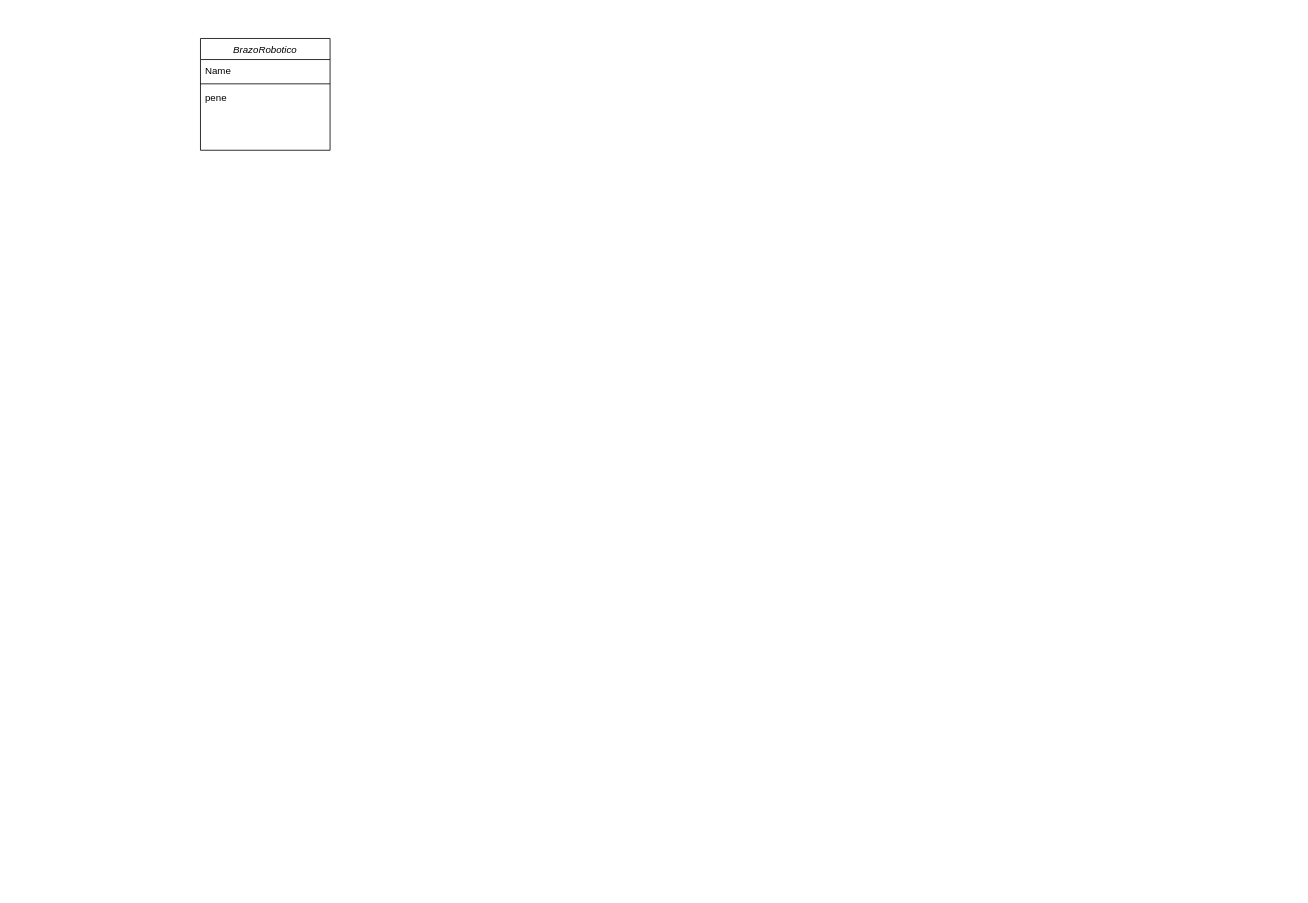
Above: ProyectoInegradorDeSaberes.drawio in JJOC3S/P.I.S. (draw.io), before the change. Source tidied: cells renumbered, new cells numbered last; positions are measured from the earlier drawing's top-left corner, leaving out a move shared by most shapes. Both pictures are drawn from the tidied source at 81%, with x=0, y=0 at pixel (200, 38).
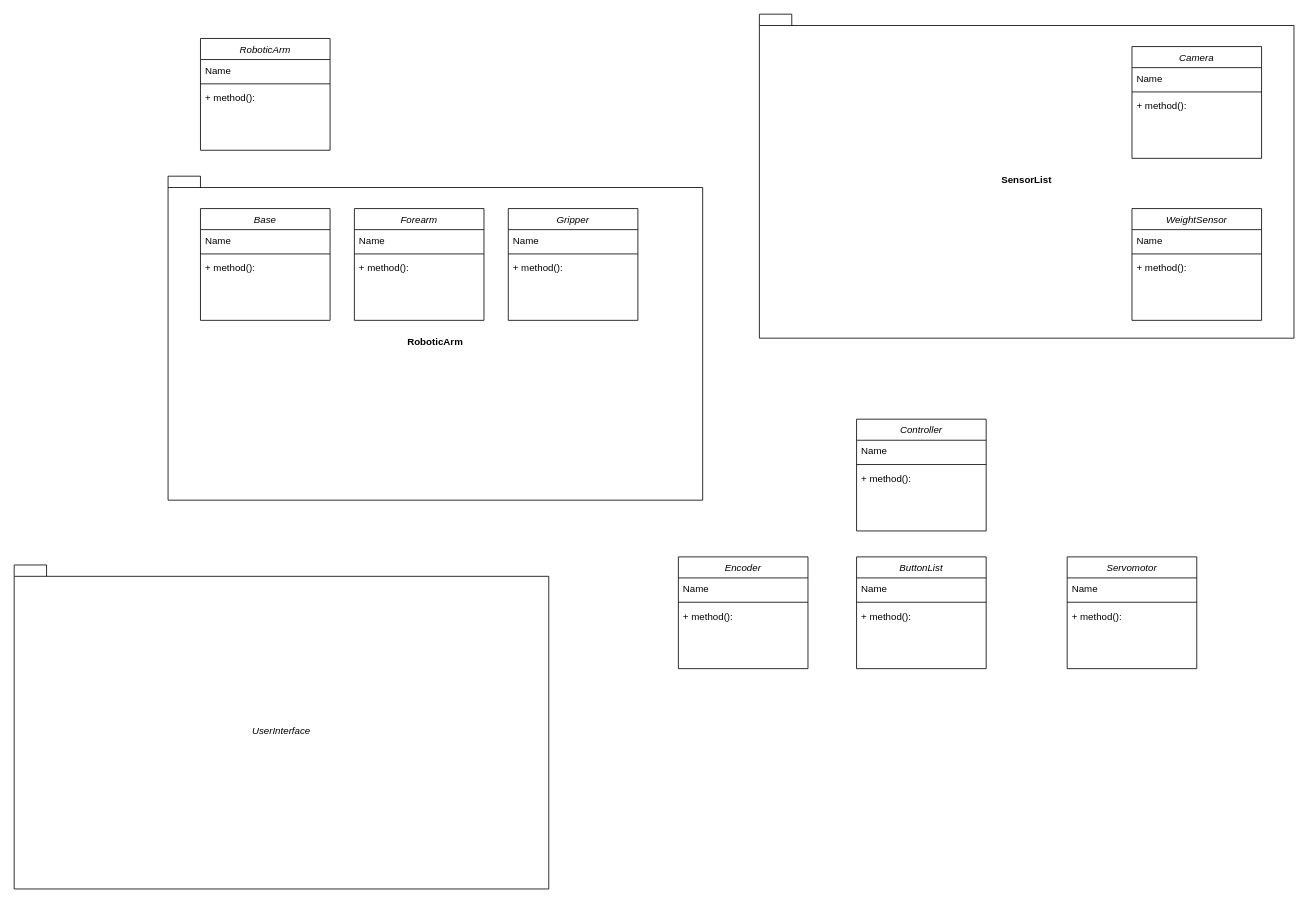
The same diagram, later.

Diff of the diagram source:
```diff
@@
+    <mxCell id="6" value="&lt;span style=&quot;font-style: italic; font-weight: 400; text-wrap: nowrap;&quot;&gt;UserInterface&lt;/span&gt;" style="shape=folder;fontStyle=1;spacingTop=10;tabWidth=40;tabHeight=14;tabPosition=left;html=1;whiteSpace=wrap;" parent="1" vertex="1">
+      <mxGeometry x="-230" y="650" width="660" height="400" as="geometry" />
+    </mxCell>
+    <mxCell id="7" value="SensorList" style="shape=folder;fontStyle=1;spacingTop=10;tabWidth=40;tabHeight=14;tabPosition=left;html=1;whiteSpace=wrap;" parent="1" vertex="1">
+      <mxGeometry x="690" y="-30" width="660" height="400" as="geometry" />
+    </mxCell>
+    <mxCell id="8" value="RoboticArm" style="shape=folder;fontStyle=1;spacingTop=10;tabWidth=40;tabHeight=14;tabPosition=left;html=1;whiteSpace=wrap;" parent="1" vertex="1">
+      <mxGeometry x="-40" y="170" width="660" height="400" as="geometry" />
+    </mxCell>
-    <mxCell id="2" value="BrazoRobotico" style="swimlane;fontStyle=2;align=center;verticalAlign=top;horizontal=1;startSize=26;rounded=0;shadow=0;strokeWidth=1;" parent="1" vertex="1">
+    <mxCell id="2" value="RoboticArm" style="swimlane;fontStyle=2;align=center;verticalAlign=top;horizontal=1;startSize=26;rounded=0;shadow=0;strokeWidth=1;" parent="1" vertex="1">
       <mxGeometry width="160" height="138" as="geometry" />
     </mxCell>
@@
-    <mxCell id="5" value="pene" style="text;align=left;verticalAlign=top;spacingLeft=4;spacingRight=4;overflow=hidden;" parent="2" vertex="1">
+    <mxCell id="5" value="+ method():" style="text;align=left;verticalAlign=top;spacingLeft=4;spacingRight=4;overflow=hidden;" parent="2" vertex="1">
       <mxGeometry y="60" width="160" height="26" as="geometry" />
     </mxCell>
+    <mxCell id="9" value="Camera" style="swimlane;fontStyle=2;align=center;verticalAlign=top;horizontal=1;startSize=26;rounded=0;shadow=0;strokeWidth=1;" parent="1" vertex="1">
+      <mxGeometry x="1150" y="10" width="160" height="138" as="geometry" />
+    </mxCell>
+    <mxCell id="10" value="Name" style="text;align=left;verticalAlign=top;spacingLeft=4;spacingRight=4;overflow=hidden;" parent="9" vertex="1">
+      <mxGeometry y="26" width="160" height="26" as="geometry" />
+    </mxCell>
+    <mxCell id="11" style="line;html=1;strokeWidth=1;align=left;verticalAlign=middle;spacingTop=-1;spacingLeft=3;spacingRight=3;labelPosition=right;" parent="9" vertex="1">
+      <mxGeometry y="52" width="160" height="8" as="geometry" />
+    </mxCell>
+    <mxCell id="12" value="+ method():" style="text;align=left;verticalAlign=top;spacingLeft=4;spacingRight=4;overflow=hidden;" parent="9" vertex="1">
+      <mxGeometry y="60" width="160" height="26" as="geometry" />
+    </mxCell>
+    <mxCell id="13" value="WeightSensor" style="swimlane;fontStyle=2;align=center;verticalAlign=top;horizontal=1;startSize=26;rounded=0;shadow=0;strokeWidth=1;" parent="1" vertex="1">
+      <mxGeometry x="1150" y="210" width="160" height="138" as="geometry" />
+    </mxCell>
+    <mxCell id="14" value="Name" style="text;align=left;verticalAlign=top;spacingLeft=4;spacingRight=4;overflow=hidden;" parent="13" vertex="1">
+      <mxGeometry y="26" width="160" height="26" as="geometry" />
+    </mxCell>
+    <mxCell id="15" style="line;html=1;strokeWidth=1;align=left;verticalAlign=middle;spacingTop=-1;spacingLeft=3;spacingRight=3;labelPosition=right;" parent="13" vertex="1">
+      <mxGeometry y="52" width="160" height="8" as="geometry" />
+    </mxCell>
+    <mxCell id="16" value="+ method():" style="text;align=left;verticalAlign=top;spacingLeft=4;spacingRight=4;overflow=hidden;" parent="13" vertex="1">
+      <mxGeometry y="60" width="160" height="26" as="geometry" />
+    </mxCell>
+    <mxCell id="17" value="Gripper" style="swimlane;fontStyle=2;align=center;verticalAlign=top;horizontal=1;startSize=26;rounded=0;shadow=0;strokeWidth=1;" parent="1" vertex="1">
+      <mxGeometry x="380" y="210" width="160" height="138" as="geometry" />
+    </mxCell>
+    <mxCell id="18" value="Name" style="text;align=left;verticalAlign=top;spacingLeft=4;spacingRight=4;overflow=hidden;" parent="17" vertex="1">
+      <mxGeometry y="26" width="160" height="26" as="geometry" />
+    </mxCell>
+    <mxCell id="19" style="line;html=1;strokeWidth=1;align=left;verticalAlign=middle;spacingTop=-1;spacingLeft=3;spacingRight=3;labelPosition=right;" parent="17" vertex="1">
+      <mxGeometry y="52" width="160" height="8" as="geometry" />
+    </mxCell>
+    <mxCell id="20" value="+ method():" style="text;align=left;verticalAlign=top;spacingLeft=4;spacingRight=4;overflow=hidden;" parent="17" vertex="1">
+      <mxGeometry y="60" width="160" height="26" as="geometry" />
+    </mxCell>
+    <mxCell id="21" value="Base" style="swimlane;fontStyle=2;align=center;verticalAlign=top;horizontal=1;startSize=26;rounded=0;shadow=0;strokeWidth=1;" parent="1" vertex="1">
+      <mxGeometry y="210" width="160" height="138" as="geometry" />
+    </mxCell>
+    <mxCell id="22" value="Name" style="text;align=left;verticalAlign=top;spacingLeft=4;spacingRight=4;overflow=hidden;" parent="21" vertex="1">
+      <mxGeometry y="26" width="160" height="26" as="geometry" />
+    </mxCell>
+    <mxCell id="23" style="line;html=1;strokeWidth=1;align=left;verticalAlign=middle;spacingTop=-1;spacingLeft=3;spacingRight=3;labelPosition=right;" parent="21" vertex="1">
+      <mxGeometry y="52" width="160" height="8" as="geometry" />
+    </mxCell>
+    <mxCell id="24" value="+ method():" style="text;align=left;verticalAlign=top;spacingLeft=4;spacingRight=4;overflow=hidden;" parent="21" vertex="1">
+      <mxGeometry y="60" width="160" height="26" as="geometry" />
+    </mxCell>
+    <mxCell id="25" value="Forearm" style="swimlane;fontStyle=2;align=center;verticalAlign=top;horizontal=1;startSize=26;rounded=0;shadow=0;strokeWidth=1;" parent="1" vertex="1">
+      <mxGeometry x="190" y="210" width="160" height="138" as="geometry" />
+    </mxCell>
+    <mxCell id="26" value="Name" style="text;align=left;verticalAlign=top;spacingLeft=4;spacingRight=4;overflow=hidden;" parent="25" vertex="1">
+      <mxGeometry y="26" width="160" height="26" as="geometry" />
+    </mxCell>
+    <mxCell id="27" style="line;html=1;strokeWidth=1;align=left;verticalAlign=middle;spacingTop=-1;spacingLeft=3;spacingRight=3;labelPosition=right;" parent="25" vertex="1">
+      <mxGeometry y="52" width="160" height="8" as="geometry" />
+    </mxCell>
+    <mxCell id="28" value="+ method():" style="text;align=left;verticalAlign=top;spacingLeft=4;spacingRight=4;overflow=hidden;" parent="25" vertex="1">
+      <mxGeometry y="60" width="160" height="26" as="geometry" />
+    </mxCell>
+    <mxCell id="29" value="Controller" style="swimlane;fontStyle=2;align=center;verticalAlign=top;horizontal=1;startSize=26;rounded=0;shadow=0;strokeWidth=1;" parent="1" vertex="1">
+      <mxGeometry x="810" y="470" width="160" height="138" as="geometry" />
+    </mxCell>
+    <mxCell id="30" value="Name" style="text;align=left;verticalAlign=top;spacingLeft=4;spacingRight=4;overflow=hidden;" parent="29" vertex="1">
+      <mxGeometry y="26" width="160" height="26" as="geometry" />
+    </mxCell>
+    <mxCell id="31" style="line;html=1;strokeWidth=1;align=left;verticalAlign=middle;spacingTop=-1;spacingLeft=3;spacingRight=3;labelPosition=right;" parent="29" vertex="1">
+      <mxGeometry y="52" width="160" height="8" as="geometry" />
+    </mxCell>
+    <mxCell id="32" value="+ method():" style="text;align=left;verticalAlign=top;spacingLeft=4;spacingRight=4;overflow=hidden;" parent="29" vertex="1">
+      <mxGeometry y="60" width="160" height="26" as="geometry" />
+    </mxCell>
+    <mxCell id="33" value="ButtonList" style="swimlane;fontStyle=2;align=center;verticalAlign=top;horizontal=1;startSize=26;rounded=0;shadow=0;strokeWidth=1;" parent="1" vertex="1">
+      <mxGeometry x="810" y="640" width="160" height="138" as="geometry" />
+    </mxCell>
+    <mxCell id="34" value="Name" style="text;align=left;verticalAlign=top;spacingLeft=4;spacingRight=4;overflow=hidden;" parent="33" vertex="1">
+      <mxGeometry y="26" width="160" height="26" as="geometry" />
+    </mxCell>
+    <mxCell id="35" style="line;html=1;strokeWidth=1;align=left;verticalAlign=middle;spacingTop=-1;spacingLeft=3;spacingRight=3;labelPosition=right;" parent="33" vertex="1">
+      <mxGeometry y="52" width="160" height="8" as="geometry" />
+    </mxCell>
+    <mxCell id="36" value="+ method():" style="text;align=left;verticalAlign=top;spacingLeft=4;spacingRight=4;overflow=hidden;" parent="33" vertex="1">
+      <mxGeometry y="60" width="160" height="26" as="geometry" />
+    </mxCell>
+    <mxCell id="37" value="Encoder" style="swimlane;fontStyle=2;align=center;verticalAlign=top;horizontal=1;startSize=26;rounded=0;shadow=0;strokeWidth=1;" parent="1" vertex="1">
+      <mxGeometry x="590" y="640" width="160" height="138" as="geometry" />
+    </mxCell>
+    <mxCell id="38" value="Name" style="text;align=left;verticalAlign=top;spacingLeft=4;spacingRight=4;overflow=hidden;" parent="37" vertex="1">
+      <mxGeometry y="26" width="160" height="26" as="geometry" />
+    </mxCell>
+    <mxCell id="39" style="line;html=1;strokeWidth=1;align=left;verticalAlign=middle;spacingTop=-1;spacingLeft=3;spacingRight=3;labelPosition=right;" parent="37" vertex="1">
+      <mxGeometry y="52" width="160" height="8" as="geometry" />
+    </mxCell>
+    <mxCell id="40" value="+ method():" style="text;align=left;verticalAlign=top;spacingLeft=4;spacingRight=4;overflow=hidden;" parent="37" vertex="1">
+      <mxGeometry y="60" width="160" height="26" as="geometry" />
+    </mxCell>
+    <mxCell id="41" value="Servomotor" style="swimlane;fontStyle=2;align=center;verticalAlign=top;horizontal=1;startSize=26;rounded=0;shadow=0;strokeWidth=1;" parent="1" vertex="1">
+      <mxGeometry x="1070" y="640" width="160" height="138" as="geometry" />
+    </mxCell>
+    <mxCell id="42" value="Name" style="text;align=left;verticalAlign=top;spacingLeft=4;spacingRight=4;overflow=hidden;" parent="41" vertex="1">
+      <mxGeometry y="26" width="160" height="26" as="geometry" />
+    </mxCell>
+    <mxCell id="43" style="line;html=1;strokeWidth=1;align=left;verticalAlign=middle;spacingTop=-1;spacingLeft=3;spacingRight=3;labelPosition=right;" parent="41" vertex="1">
+      <mxGeometry y="52" width="160" height="8" as="geometry" />
+    </mxCell>
+    <mxCell id="44" value="+ method():" style="text;align=left;verticalAlign=top;spacingLeft=4;spacingRight=4;overflow=hidden;" parent="41" vertex="1">
+      <mxGeometry y="60" width="160" height="26" as="geometry" />
+    </mxCell>
```
